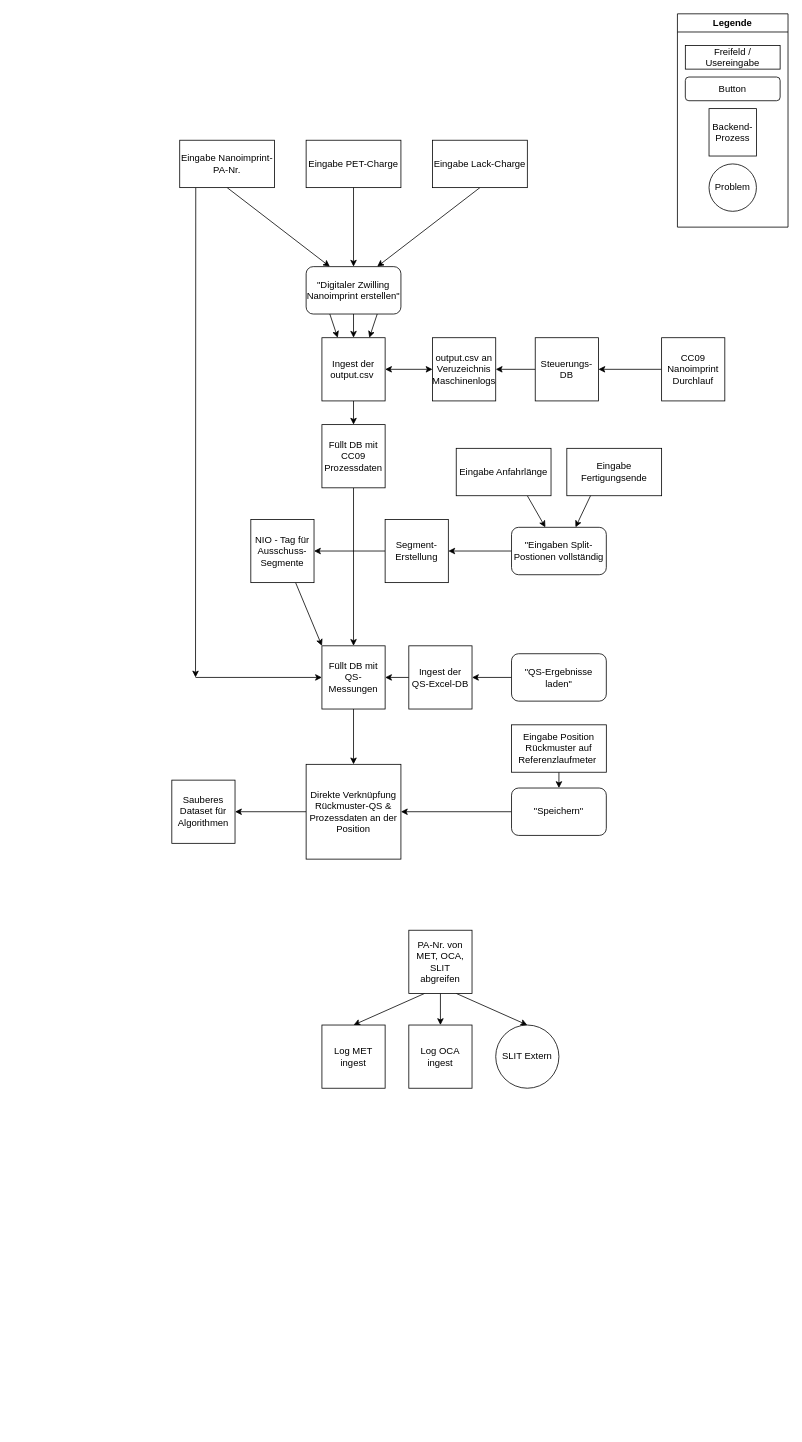
Above: Flow-Chart/Flow-Chart-Complete.drawio in gmpoly/FlowchartKomplett (draw.io), before the change. Source tidied: cells renumbered, new cells numbered last; positions are measured from the earlier drawing's top-left corner, leaving out a move shared by most shapes. Both pictures are drawn from the tidied source at 79%, with x=0, y=0 at pixel (171, 13).
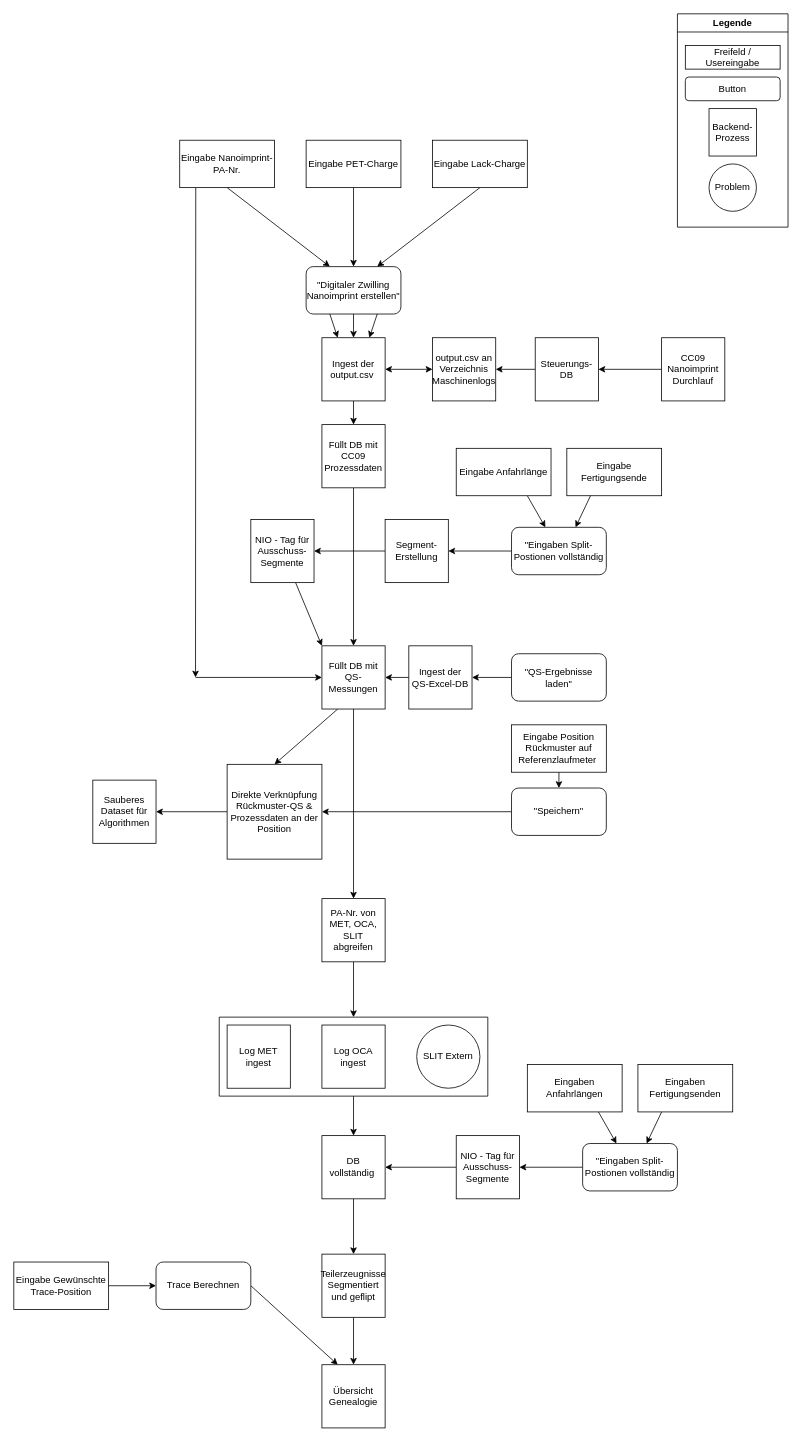
The same diagram, later.

The change refers to these unchanged cells:
```xml
<mxCell id="34" value="Füllt DB mit QS-Messungen" style="whiteSpace=wrap;html=1;" parent="1" vertex="1">
  <mxGeometry x="190" y="800" width="80" height="80" as="geometry" />
</mxCell>
```

Change to the diagram source:
```diff
@@
-    <mxCell id="33" style="edgeStyle=none;html=1;exitX=0.5;exitY=1;exitDx=0;exitDy=0;entryX=0.5;entryY=0;entryDx=0;entryDy=0;" parent="1" edge="1" source="34" target="42">
+    <mxCell id="33" style="edgeStyle=none;html=1;exitX=0.25;exitY=1;exitDx=0;exitDy=0;entryX=0.5;entryY=0;entryDx=0;entryDy=0;" parent="1" edge="1" source="34" target="42">
       <mxGeometry relative="1" as="geometry" />
     </mxCell>
+    <mxCell id="59" style="edgeStyle=none;html=1;exitX=0.5;exitY=1;exitDx=0;exitDy=0;" parent="1" edge="1" source="34" target="53">
+      <mxGeometry relative="1" as="geometry" />
+    </mxCell>
@@
     <mxCell id="42" value="Direkte Verknüpfung Rückmuster-QS &amp;amp; Prozessdaten an der Position" style="whiteSpace=wrap;html=1;" parent="1" vertex="1">
-      <mxGeometry x="170" y="950" width="120" height="120" as="geometry" />
+      <mxGeometry x="70" y="950" width="120" height="120" as="geometry" />
     </mxCell>
     <mxCell id="43" value="Sauberes Dataset für Algorithmen" style="whiteSpace=wrap;html=1;" parent="1" vertex="1">
-      <mxGeometry y="970" width="80" height="80" as="geometry" />
+      <mxGeometry x="-100" y="970" width="80" height="80" as="geometry" />
     </mxCell>
@@
-    <mxCell id="48" value="output.csv an Veruzeichnis Maschinenlogs" style="whiteSpace=wrap;html=1;" parent="1" vertex="1">
+    <mxCell id="48" value="output.csv an Verzeichnis Maschinenlogs" style="whiteSpace=wrap;html=1;" parent="1" vertex="1">
       <mxGeometry x="330" y="410" width="80" height="80" as="geometry" />
     </mxCell>
@@
-    <mxCell id="50" style="edgeStyle=none;html=1;exitX=0.25;exitY=1;exitDx=0;exitDy=0;entryX=0.5;entryY=0;entryDx=0;entryDy=0;" parent="1" edge="1" source="53" target="54">
-      <mxGeometry relative="1" as="geometry" />
-    </mxCell>
-    <mxCell id="51" style="edgeStyle=none;html=1;entryX=0.5;entryY=0;entryDx=0;entryDy=0;" parent="1" edge="1" source="53" target="55">
-      <mxGeometry relative="1" as="geometry" />
-    </mxCell>
-    <mxCell id="52" style="edgeStyle=none;html=1;exitX=0.75;exitY=1;exitDx=0;exitDy=0;entryX=0.5;entryY=0;entryDx=0;entryDy=0;" parent="1" edge="1" source="53" target="56">
-      <mxGeometry relative="1" as="geometry" />
-    </mxCell>
+    <mxCell id="60" style="edgeStyle=none;html=1;exitX=0.5;exitY=1;exitDx=0;exitDy=0;entryX=0.5;entryY=0;entryDx=0;entryDy=0;" parent="1" edge="1" source="53" target="68">
+      <mxGeometry relative="1" as="geometry" />
+    </mxCell>
     <mxCell id="53" value="PA-Nr. von MET, OCA, SLIT abgreifen" style="whiteSpace=wrap;html=1;" parent="1" vertex="1">
-      <mxGeometry x="300" y="1160" width="80" height="80" as="geometry" />
+      <mxGeometry x="190" y="1120" width="80" height="80" as="geometry" />
     </mxCell>
     <mxCell id="54" value="Log MET ingest" style="whiteSpace=wrap;html=1;" parent="1" vertex="1">
-      <mxGeometry x="190" y="1280" width="80" height="80" as="geometry" />
+      <mxGeometry x="70" y="1280" width="80" height="80" as="geometry" />
     </mxCell>
     <mxCell id="55" value="Log OCA ingest" style="whiteSpace=wrap;html=1;" parent="1" vertex="1">
-      <mxGeometry x="300" y="1280" width="80" height="80" as="geometry" />
+      <mxGeometry x="190" y="1280" width="80" height="80" as="geometry" />
     </mxCell>
     <mxCell id="56" value="SLIT Extern" style="ellipse;whiteSpace=wrap;html=1;" parent="1" vertex="1">
-      <mxGeometry x="410" y="1280" width="80" height="80" as="geometry" />
+      <mxGeometry x="310" y="1280" width="80" height="80" as="geometry" />
     </mxCell>
@@
+    <mxCell id="61" style="edgeStyle=none;html=1;exitX=0.75;exitY=1;exitDx=0;exitDy=0;" parent="1" edge="1" source="62" target="65">
+      <mxGeometry relative="1" as="geometry" />
+    </mxCell>
+    <mxCell id="62" value="Eingaben Anfahrlängen" style="rounded=0;whiteSpace=wrap;html=1;" parent="1" vertex="1">
+      <mxGeometry x="450" y="1330" width="120" height="60" as="geometry" />
+    </mxCell>
+    <mxCell id="63" value="Eingaben Fertigungsenden" style="rounded=0;whiteSpace=wrap;html=1;" parent="1" vertex="1">
+      <mxGeometry x="590" y="1330" width="120" height="60" as="geometry" />
+    </mxCell>
+    <mxCell id="64" style="edgeStyle=none;html=1;exitX=0;exitY=0.5;exitDx=0;exitDy=0;" parent="1" edge="1" source="65">
+      <mxGeometry relative="1" as="geometry">
+        <mxPoint x="440" y="1460" as="targetPoint" />
+      </mxGeometry>
+    </mxCell>
+    <mxCell id="65" value="&quot;Eingaben Split-Postionen vollständig" style="rounded=1;whiteSpace=wrap;html=1;" parent="1" vertex="1">
+      <mxGeometry x="520" y="1430" width="120" height="60" as="geometry" />
+    </mxCell>
+    <mxCell id="66" style="edgeStyle=none;html=1;exitX=0.25;exitY=1;exitDx=0;exitDy=0;" parent="1" edge="1" source="63">
+      <mxGeometry relative="1" as="geometry">
+        <mxPoint x="601" y="1430" as="targetPoint" />
+      </mxGeometry>
+    </mxCell>
+    <mxCell id="67" style="edgeStyle=none;html=1;exitX=0.5;exitY=1;exitDx=0;exitDy=0;" parent="1" edge="1" source="68" target="72">
+      <mxGeometry relative="1" as="geometry" />
+    </mxCell>
+    <mxCell id="68" style="swimlane;startSize=0;" parent="1" vertex="1">
+      <mxGeometry x="60" y="1270" width="340" height="100" as="geometry" />
+    </mxCell>
+    <mxCell id="69" style="edgeStyle=none;html=1;" parent="1" edge="1" source="70" target="72">
+      <mxGeometry relative="1" as="geometry" />
+    </mxCell>
+    <mxCell id="70" value="NIO - Tag für Ausschuss-Segmente" style="whiteSpace=wrap;html=1;" parent="1" vertex="1">
+      <mxGeometry x="360" y="1420" width="80" height="80" as="geometry" />
+    </mxCell>
+    <mxCell id="71" style="edgeStyle=none;html=1;exitX=0.5;exitY=1;exitDx=0;exitDy=0;" parent="1" edge="1" source="72" target="74">
+      <mxGeometry relative="1" as="geometry" />
+    </mxCell>
+    <mxCell id="72" value="DB vollständig&amp;nbsp;" style="whiteSpace=wrap;html=1;" parent="1" vertex="1">
+      <mxGeometry x="190" y="1420" width="80" height="80" as="geometry" />
+    </mxCell>
+    <mxCell id="73" style="edgeStyle=none;html=1;exitX=0.5;exitY=1;exitDx=0;exitDy=0;entryX=0.5;entryY=0;entryDx=0;entryDy=0;" parent="1" edge="1" source="74" target="79">
+      <mxGeometry relative="1" as="geometry" />
+    </mxCell>
+    <mxCell id="74" value="Teilerzeugnisse Segmentiert und geflipt" style="whiteSpace=wrap;html=1;" parent="1" vertex="1">
+      <mxGeometry x="190" y="1570" width="80" height="80" as="geometry" />
+    </mxCell>
+    <mxCell id="75" style="edgeStyle=none;html=1;exitX=1;exitY=0.5;exitDx=0;exitDy=0;entryX=0;entryY=0.5;entryDx=0;entryDy=0;" parent="1" edge="1" source="76" target="78">
+      <mxGeometry relative="1" as="geometry" />
+    </mxCell>
+    <mxCell id="76" value="Eingabe Gewünschte Trace-Position" style="rounded=0;whiteSpace=wrap;html=1;" parent="1" vertex="1">
+      <mxGeometry x="-200" y="1580" width="120" height="60" as="geometry" />
+    </mxCell>
+    <mxCell id="77" style="edgeStyle=none;html=1;exitX=1;exitY=0.5;exitDx=0;exitDy=0;entryX=0.25;entryY=0;entryDx=0;entryDy=0;" parent="1" edge="1" source="78" target="79">
+      <mxGeometry relative="1" as="geometry" />
+    </mxCell>
+    <mxCell id="78" value="Trace Berechnen" style="rounded=1;whiteSpace=wrap;html=1;" parent="1" vertex="1">
+      <mxGeometry x="-20" y="1580" width="120" height="60" as="geometry" />
+    </mxCell>
+    <mxCell id="79" value="Übersicht Genealogie" style="whiteSpace=wrap;html=1;" parent="1" vertex="1">
+      <mxGeometry x="190" y="1710" width="80" height="80" as="geometry" />
+    </mxCell>
```
